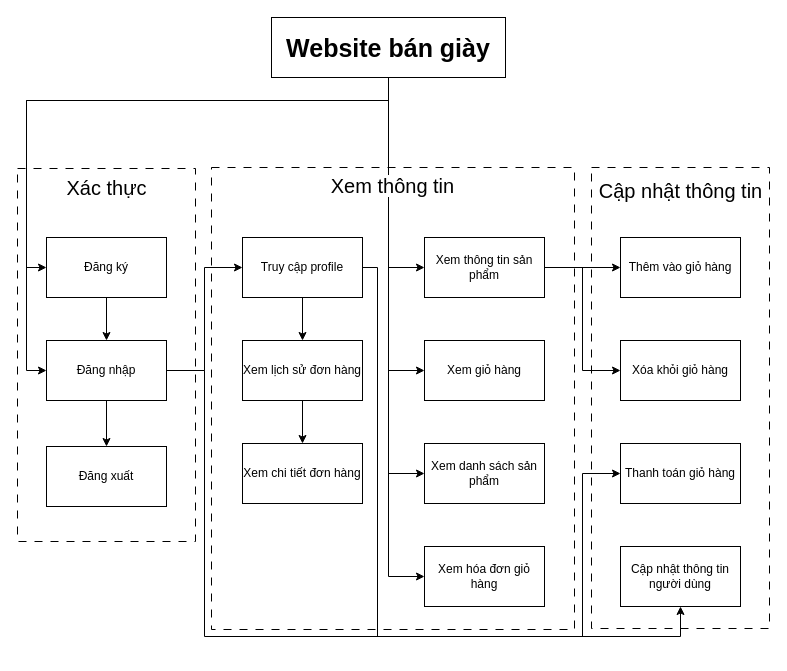
Above: zzz.drawio in ippapi/new_code (draw.io), before the change. Source tidied: cells renumbered, new cells numbered last; positions are measured from the earlier drawing's top-left corner, leaving out a move shared by most shapes. Both pictures are drawn from the tidied source at 100%, with x=0, y=0 at pixel (17, 17).
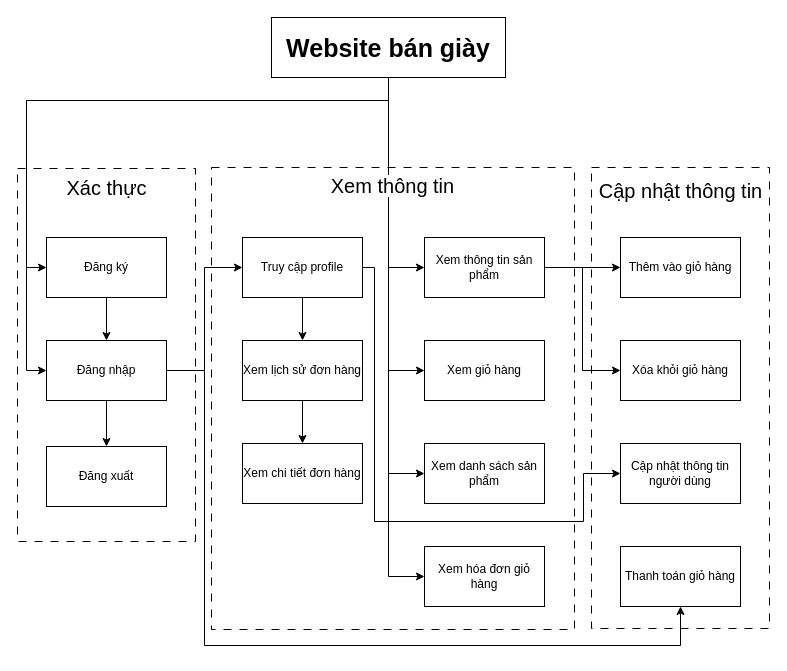
The same diagram, later.

The change refers to these unchanged cells:
```xml
<mxCell id="15" value="Đăng nhập" style="rounded=0;whiteSpace=wrap;html=1;" parent="1" vertex="1">
  <mxGeometry x="29" y="323" width="120" height="60" as="geometry" />
</mxCell>
<mxCell id="24" value="Truy cập profile" style="rounded=0;whiteSpace=wrap;html=1;" parent="1" vertex="1">
  <mxGeometry x="225" y="220" width="120" height="60" as="geometry" />
</mxCell>
```

Change to the diagram source:
```diff
@@
-    <mxCell id="14" style="edgeStyle=orthogonalEdgeStyle;rounded=0;jettySize=auto;html=1;entryX=0;entryY=0.5;entryDx=0;entryDy=0;" parent="1" edge="1" source="15" target="26">
+    <mxCell id="14" style="edgeStyle=orthogonalEdgeStyle;rounded=0;jettySize=auto;html=1;entryX=0.5;entryY=1;entryDx=0;entryDy=0;" parent="1" edge="1" source="15" target="26">
       <mxGeometry relative="1" as="geometry">
         <Array as="points">
           <mxPoint x="187" y="353" />
-          <mxPoint x="187" y="619" />
-          <mxPoint x="565" y="619" />
-          <mxPoint x="565" y="456" />
+          <mxPoint x="187" y="628" />
+          <mxPoint x="663" y="628" />
         </Array>
       </mxGeometry>
     </mxCell>
@@
-    <mxCell id="23" style="edgeStyle=orthogonalEdgeStyle;rounded=0;jettySize=auto;html=1;entryX=0.5;entryY=1;entryDx=0;entryDy=0;" parent="1" edge="1" source="24" target="25">
+    <mxCell id="23" style="edgeStyle=orthogonalEdgeStyle;rounded=0;jettySize=auto;html=1;entryX=0;entryY=0.5;entryDx=0;entryDy=0;" parent="1" edge="1" source="24" target="25">
       <mxGeometry relative="1" as="geometry">
         <Array as="points">
-          <mxPoint x="360" y="250" />
-          <mxPoint x="360" y="619" />
-          <mxPoint x="663" y="619" />
+          <mxPoint x="357" y="250" />
+          <mxPoint x="357" y="504" />
+          <mxPoint x="566" y="504" />
+          <mxPoint x="566" y="456" />
         </Array>
       </mxGeometry>
     </mxCell>
@@
     <mxCell id="25" value="Cập nhật thông tin người dùng" style="rounded=0;whiteSpace=wrap;html=1;" parent="1" vertex="1">
-      <mxGeometry x="603" y="529" width="120" height="60" as="geometry" />
+      <mxGeometry x="603" y="426" width="120" height="60" as="geometry" />
     </mxCell>
     <mxCell id="26" value="Thanh toán giỏ hàng" style="rounded=0;whiteSpace=wrap;html=1;" parent="1" vertex="1">
-      <mxGeometry x="603" y="426" width="120" height="60" as="geometry" />
+      <mxGeometry x="603" y="529" width="120" height="60" as="geometry" />
     </mxCell>
```
